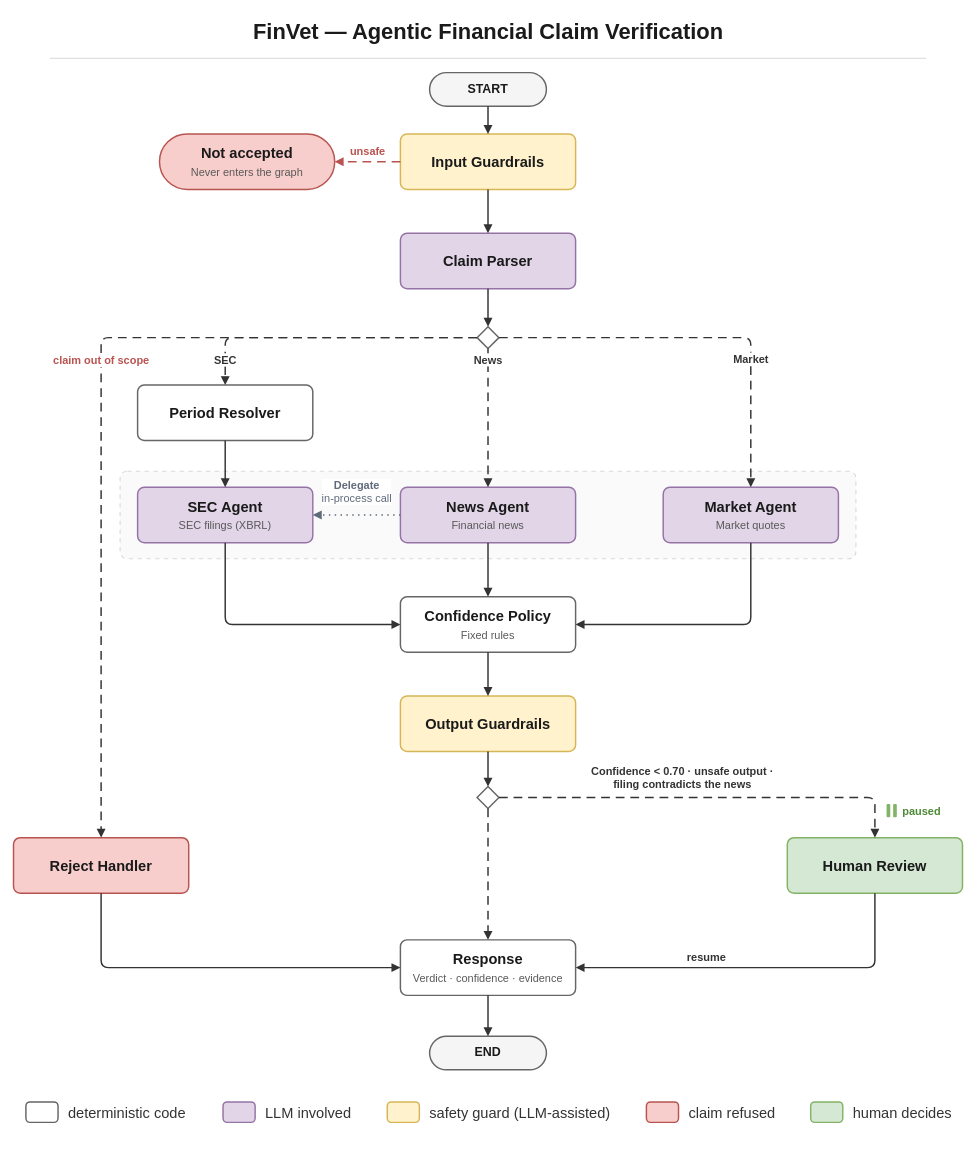
This is docs/diagrams/finvet-pipeline.drawio from danielberhane/finvet, a draw.io file, before an edit. Source tidied: cells renumbered, new cells numbered last; positions are measured from the earlier drawing's top-left corner, leaving out a move shared by most shapes. Both pictures are drawn from the tidied source at 73%, with x=0, y=0 at pixel (13, 12).
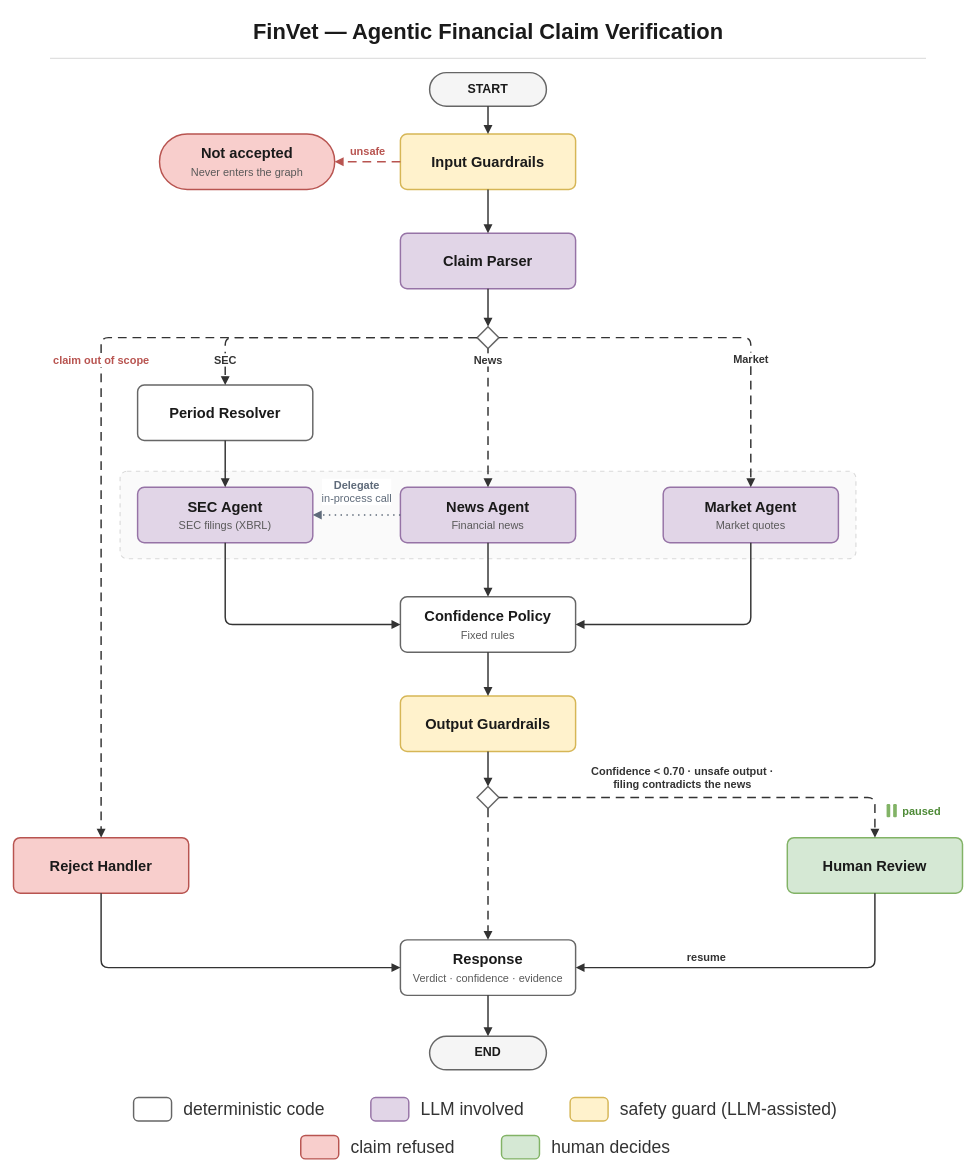
Above is the later version.

Commit message (it also covers changes not shown here):
docs(diagram): legend at 24 px in two centred rows

At 20 px on one row the legend was still hard to read at README width.

Diff of the diagram source:
```diff
@@
     <mxCell id="44" style="rounded=1;arcSize=20;html=1;fillColor=#FFFFFF;strokeColor=#666666;strokeWidth=2;" parent="1" vertex="1">
-      <mxGeometry x="17" y="1492" width="44" height="28" as="geometry" />
+      <mxGeometry x="164.5" y="1486" width="52" height="32" as="geometry" />
     </mxCell>
-    <mxCell id="45" value="deterministic code" style="text;html=1;align=left;verticalAlign=middle;fontFamily=Helvetica;fontSize=20;fontColor=#333333;" parent="1" vertex="1">
-      <mxGeometry x="73" y="1490" width="170" height="32" as="geometry" />
+    <mxCell id="45" value="deterministic code" style="text;html=1;align=left;verticalAlign=middle;fontFamily=Helvetica;fontSize=24;fontColor=#333333;" parent="1" vertex="1">
+      <mxGeometry x="230.5" y="1484" width="203" height="36" as="geometry" />
     </mxCell>
     <mxCell id="46" style="rounded=1;arcSize=20;html=1;fillColor=#E1D5E7;strokeColor=#9673A6;strokeWidth=2;" parent="1" vertex="1">
-      <mxGeometry x="287" y="1492" width="44" height="28" as="geometry" />
+      <mxGeometry x="489.5" y="1486" width="52" height="32" as="geometry" />
     </mxCell>
-    <mxCell id="47" value="LLM involved" style="text;html=1;align=left;verticalAlign=middle;fontFamily=Helvetica;fontSize=20;fontColor=#333333;" parent="1" vertex="1">
-      <mxGeometry x="343" y="1490" width="125" height="32" as="geometry" />
+    <mxCell id="47" value="LLM involved" style="text;html=1;align=left;verticalAlign=middle;fontFamily=Helvetica;fontSize=24;fontColor=#333333;" parent="1" vertex="1">
+      <mxGeometry x="555.5" y="1484" width="151" height="36" as="geometry" />
     </mxCell>
     <mxCell id="48" style="rounded=1;arcSize=20;html=1;fillColor=#FFF2CC;strokeColor=#D6B656;strokeWidth=2;" parent="1" vertex="1">
-      <mxGeometry x="512" y="1492" width="44" height="28" as="geometry" />
+      <mxGeometry x="762.5" y="1486" width="52" height="32" as="geometry" />
     </mxCell>
-    <mxCell id="49" value="safety guard (LLM-assisted)" style="text;html=1;align=left;verticalAlign=middle;fontFamily=Helvetica;fontSize=20;fontColor=#333333;" parent="1" vertex="1">
-      <mxGeometry x="568" y="1490" width="255" height="32" as="geometry" />
+    <mxCell id="49" value="safety guard (LLM-assisted)" style="text;html=1;align=left;verticalAlign=middle;fontFamily=Helvetica;fontSize=24;fontColor=#333333;" parent="1" vertex="1">
+      <mxGeometry x="828.5" y="1484" width="307" height="36" as="geometry" />
     </mxCell>
     <mxCell id="50" style="rounded=1;arcSize=20;html=1;fillColor=#F8CECC;strokeColor=#B85450;strokeWidth=2;" parent="1" vertex="1">
-      <mxGeometry x="867" y="1492" width="44" height="28" as="geometry" />
+      <mxGeometry x="393.5" y="1538" width="52" height="32" as="geometry" />
     </mxCell>
-    <mxCell id="51" value="claim refused" style="text;html=1;align=left;verticalAlign=middle;fontFamily=Helvetica;fontSize=20;fontColor=#333333;" parent="1" vertex="1">
-      <mxGeometry x="923" y="1490" width="125" height="32" as="geometry" />
+    <mxCell id="51" value="claim refused" style="text;html=1;align=left;verticalAlign=middle;fontFamily=Helvetica;fontSize=24;fontColor=#333333;" parent="1" vertex="1">
+      <mxGeometry x="459.5" y="1536" width="153" height="36" as="geometry" />
     </mxCell>
     <mxCell id="52" style="rounded=1;arcSize=20;html=1;fillColor=#D5E8D4;strokeColor=#82B366;strokeWidth=2;" parent="1" vertex="1">
-      <mxGeometry x="1092" y="1492" width="44" height="28" as="geometry" />
+      <mxGeometry x="668.5" y="1538" width="52" height="32" as="geometry" />
     </mxCell>
-    <mxCell id="53" value="human decides" style="text;html=1;align=left;verticalAlign=middle;fontFamily=Helvetica;fontSize=20;fontColor=#333333;" parent="1" vertex="1">
-      <mxGeometry x="1148" y="1490" width="135" height="32" as="geometry" />
+    <mxCell id="53" value="human decides" style="text;html=1;align=left;verticalAlign=middle;fontFamily=Helvetica;fontSize=24;fontColor=#333333;" parent="1" vertex="1">
+      <mxGeometry x="734.5" y="1536" width="172" height="36" as="geometry" />
     </mxCell>
```
